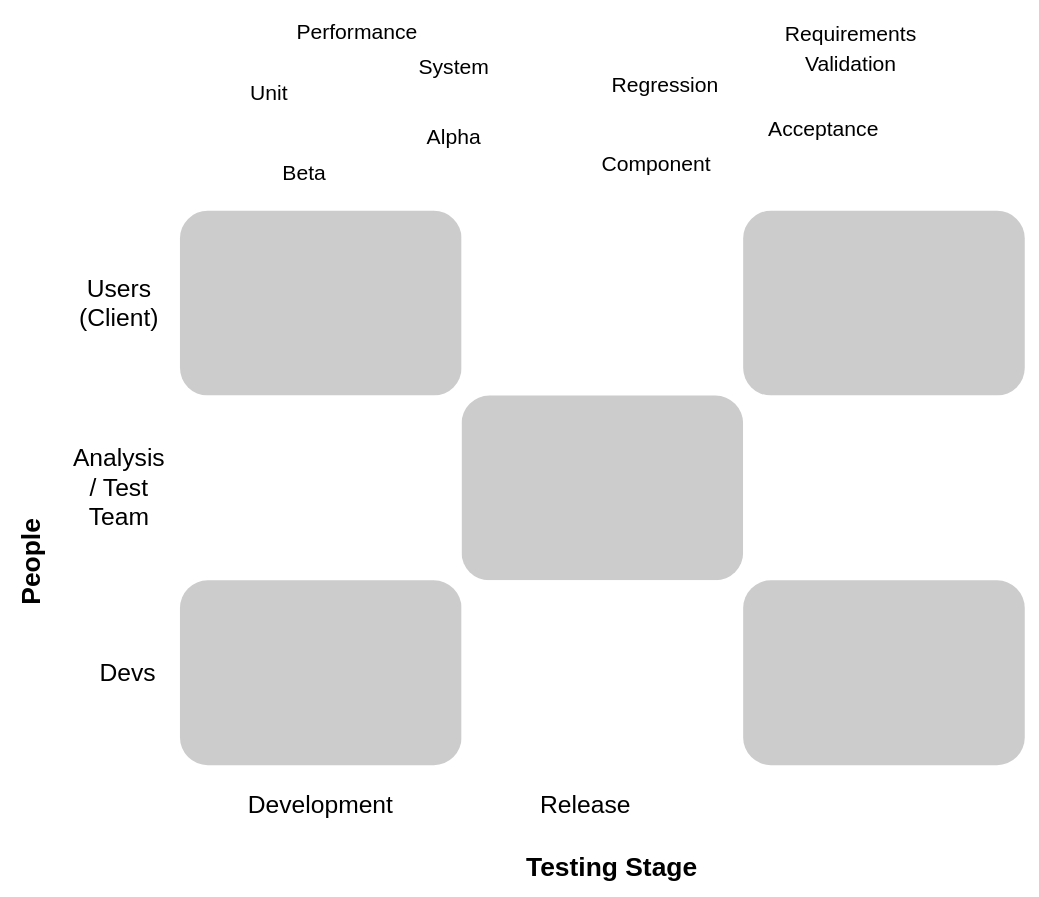
Earlier version of the draw.io diagram SDEV265_System_Software_Analysis_Project/types_of_testing.drawio (mpjovanovich/ivy_tech). Source tidied: cells renumbered, new cells numbered last; positions are measured from the earlier drawing's top-left corner, leaving out a move shared by most shapes. Both pictures are drawn from the tidied source at 88%, with x=0, y=0 at pixel (-101, 17).
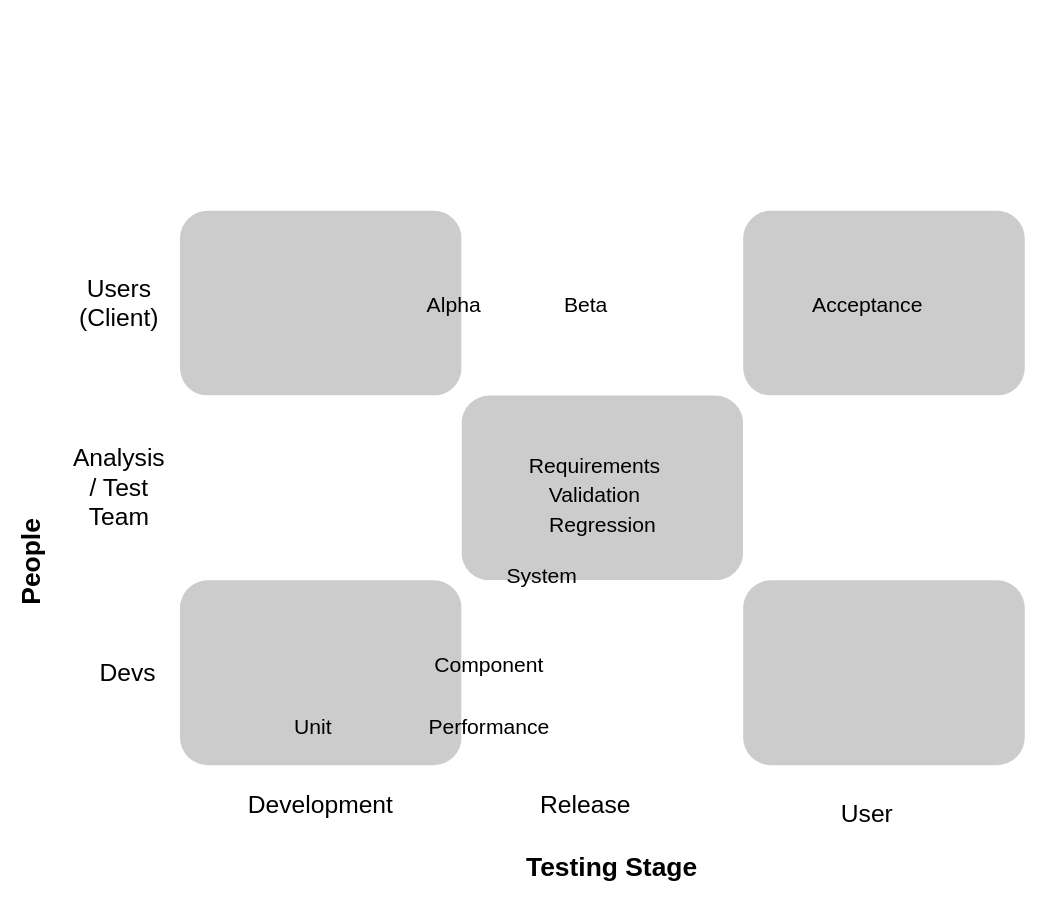
The same diagram, later.

Commit message:
completed diagram

Change to the diagram source:
```diff
@@
     <mxCell id="18" value="&lt;font style=&quot;font-size: 24px;&quot;&gt;Unit&lt;/font&gt;" style="text;html=1;strokeColor=none;fillColor=none;align=center;verticalAlign=middle;whiteSpace=wrap;rounded=0;fontSize=28;fontColor=#000000;" parent="1" vertex="1">
-      <mxGeometry x="310" y="70" width="221" height="30" as="geometry" />
+      <mxGeometry x="360" y="790" width="221" height="30" as="geometry" />
     </mxCell>
     <mxCell id="19" value="&lt;font style=&quot;font-size: 24px;&quot;&gt;Component&lt;/font&gt;" style="text;html=1;strokeColor=none;fillColor=none;align=center;verticalAlign=middle;whiteSpace=wrap;rounded=0;fontSize=28;fontColor=#000000;" parent="1" vertex="1">
-      <mxGeometry x="750" y="150" width="221" height="30" as="geometry" />
+      <mxGeometry x="560" y="720" width="221" height="30" as="geometry" />
     </mxCell>
     <mxCell id="20" value="&lt;font style=&quot;font-size: 24px;&quot;&gt;System&lt;/font&gt;" style="text;html=1;strokeColor=none;fillColor=none;align=center;verticalAlign=middle;whiteSpace=wrap;rounded=0;fontSize=28;fontColor=#000000;" parent="1" vertex="1">
-      <mxGeometry x="520" y="40" width="221" height="30" as="geometry" />
+      <mxGeometry x="620" y="619" width="221" height="30" as="geometry" />
     </mxCell>
     <mxCell id="21" value="&lt;font style=&quot;font-size: 24px;&quot;&gt;Regression&lt;/font&gt;" style="text;html=1;strokeColor=none;fillColor=none;align=center;verticalAlign=middle;whiteSpace=wrap;rounded=0;fontSize=28;fontColor=#000000;" parent="1" vertex="1">
-      <mxGeometry x="760" y="60" width="221" height="30" as="geometry" />
+      <mxGeometry x="688.5" y="560" width="221" height="30" as="geometry" />
     </mxCell>
     <mxCell id="22" value="&lt;font style=&quot;font-size: 24px;&quot;&gt;Alpha&lt;/font&gt;" style="text;html=1;strokeColor=none;fillColor=none;align=center;verticalAlign=middle;whiteSpace=wrap;rounded=0;fontSize=28;fontColor=#000000;" parent="1" vertex="1">
-      <mxGeometry x="520" y="120" width="221" height="30" as="geometry" />
+      <mxGeometry x="520" y="310" width="221" height="30" as="geometry" />
     </mxCell>
     <mxCell id="23" value="&lt;font style=&quot;font-size: 24px;&quot;&gt;Beta&lt;/font&gt;" style="text;html=1;strokeColor=none;fillColor=none;align=center;verticalAlign=middle;whiteSpace=wrap;rounded=0;fontSize=28;fontColor=#000000;" parent="1" vertex="1">
-      <mxGeometry x="350" y="160" width="221" height="30" as="geometry" />
+      <mxGeometry x="669.5" y="310" width="221" height="30" as="geometry" />
     </mxCell>
     <mxCell id="24" value="&lt;font style=&quot;font-size: 24px;&quot;&gt;Acceptance&lt;/font&gt;" style="text;html=1;strokeColor=none;fillColor=none;align=center;verticalAlign=middle;whiteSpace=wrap;rounded=0;fontSize=28;fontColor=#000000;" parent="1" vertex="1">
-      <mxGeometry x="940" y="110" width="221" height="30" as="geometry" />
+      <mxGeometry x="989.5" y="310" width="221" height="30" as="geometry" />
     </mxCell>
     <mxCell id="25" value="&lt;font style=&quot;font-size: 24px;&quot;&gt;Performance&lt;/font&gt;" style="text;html=1;strokeColor=none;fillColor=none;align=center;verticalAlign=middle;whiteSpace=wrap;rounded=0;fontSize=28;fontColor=#000000;" parent="1" vertex="1">
-      <mxGeometry x="410" width="221" height="30" as="geometry" />
+      <mxGeometry x="560" y="790" width="221" height="30" as="geometry" />
     </mxCell>
     <mxCell id="26" value="&lt;font style=&quot;font-size: 24px;&quot;&gt;Requirements Validation&lt;/font&gt;" style="text;html=1;strokeColor=none;fillColor=none;align=center;verticalAlign=middle;whiteSpace=wrap;rounded=0;fontSize=28;fontColor=#000000;" parent="1" vertex="1">
-      <mxGeometry x="971" y="20" width="221" height="30" as="geometry" />
+      <mxGeometry x="680" y="510" width="221" height="30" as="geometry" />
     </mxCell>
+    <mxCell id="27" value="&lt;font style=&quot;font-size: 28px;&quot;&gt;User&lt;/font&gt;" style="text;html=1;strokeColor=none;fillColor=none;align=center;verticalAlign=middle;whiteSpace=wrap;rounded=0;fontColor=#000000;" parent="1" vertex="1">
+      <mxGeometry x="1070" y="890" width="60" height="30" as="geometry" />
+    </mxCell>
```
